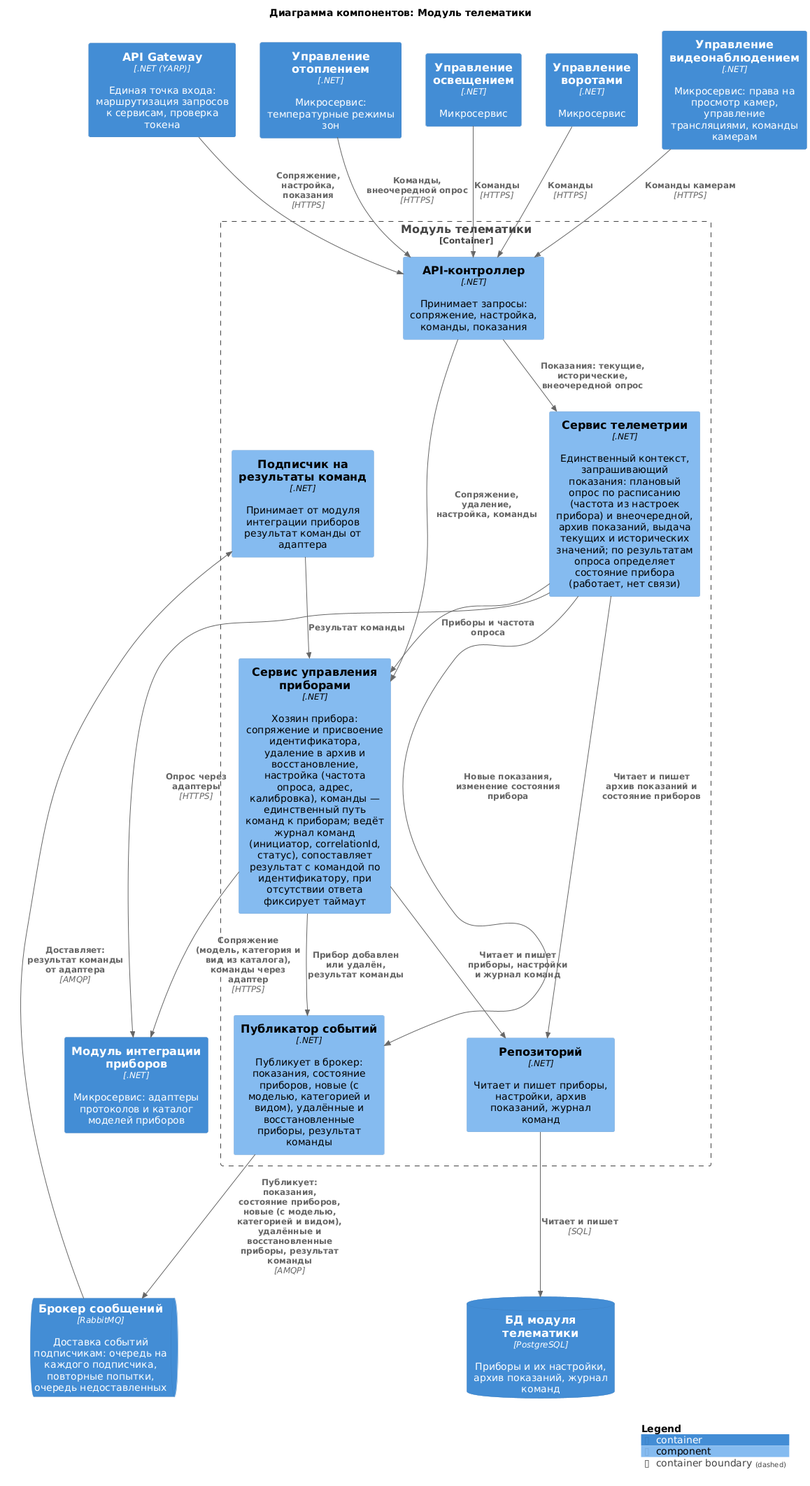
Earlier version of the PlantUML export diagrams/components/telematics.png (Lyamin-av/architecture-warmhouse).
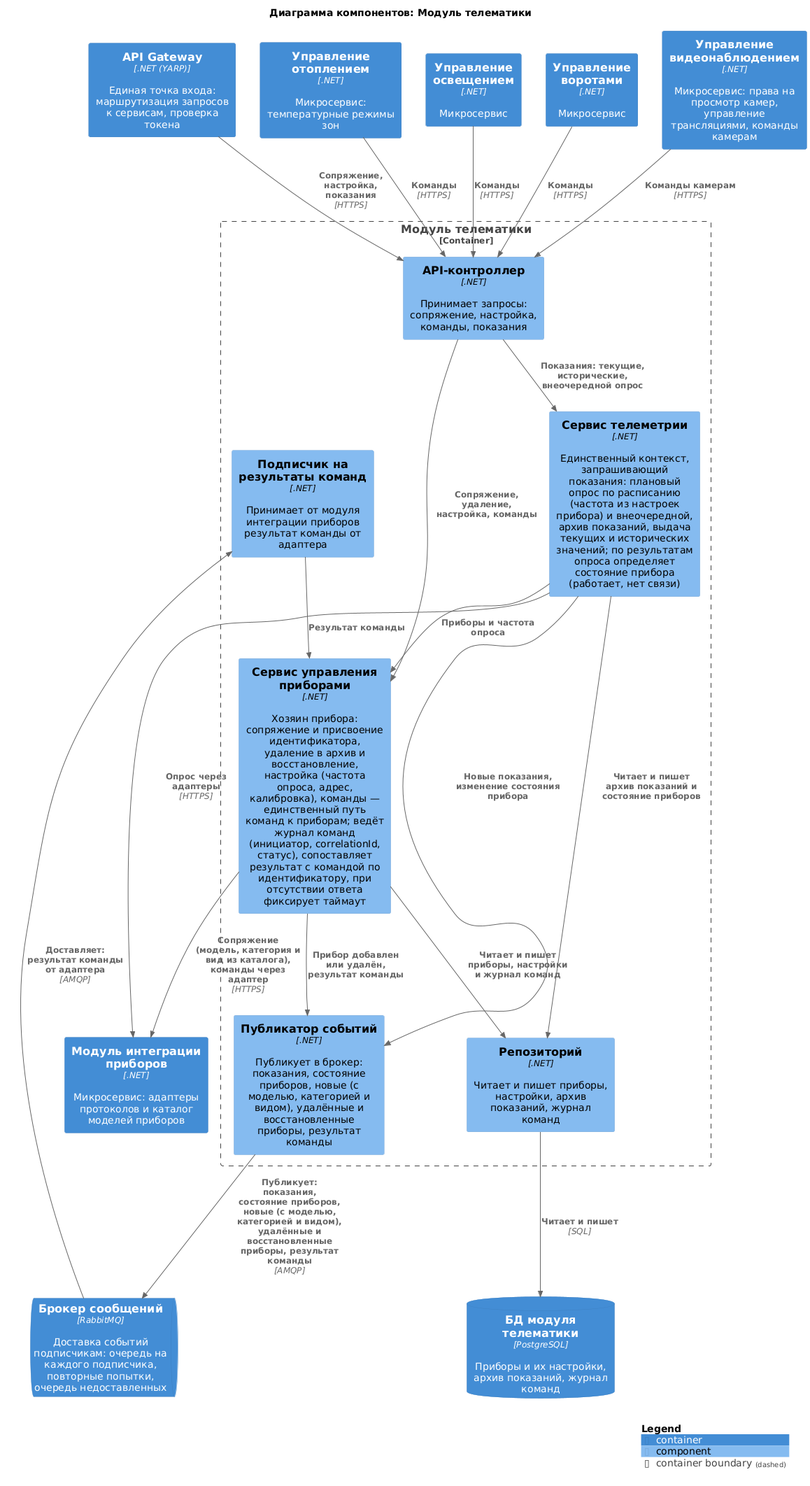
The same file after the commit.

Diff of the diagram source:
```diff
@@ -22,7 +22,7 @@
 }
 
 Rel(Gateway, api, "Сопряжение, настройка, показания", "HTTPS")
-Rel(Heating, api, "Команды, внеочередной опрос", "HTTPS")
+Rel(Heating, api, "Команды", "HTTPS")
 Rel(Lighting, api, "Команды", "HTTPS")
 Rel(GateControl, api, "Команды", "HTTPS")
 Rel(VideoControl, api, "Команды камерам", "HTTPS")
```
